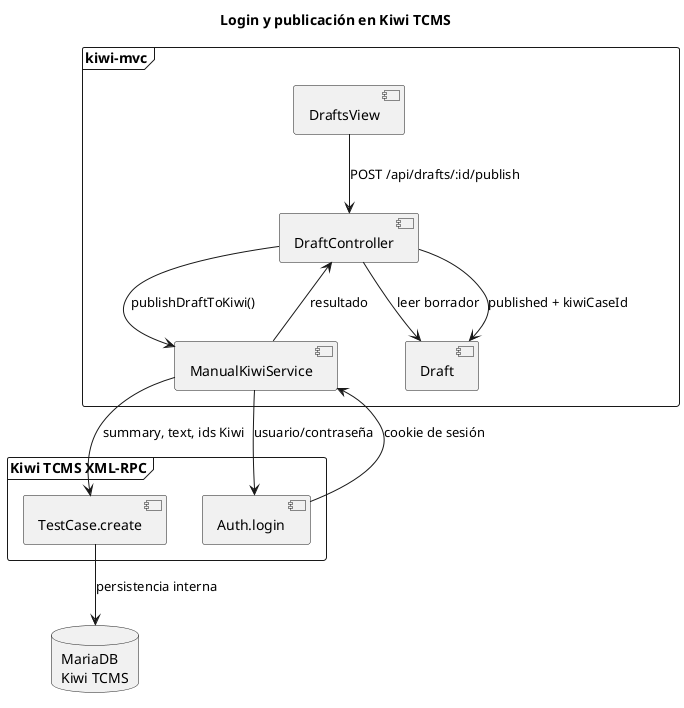
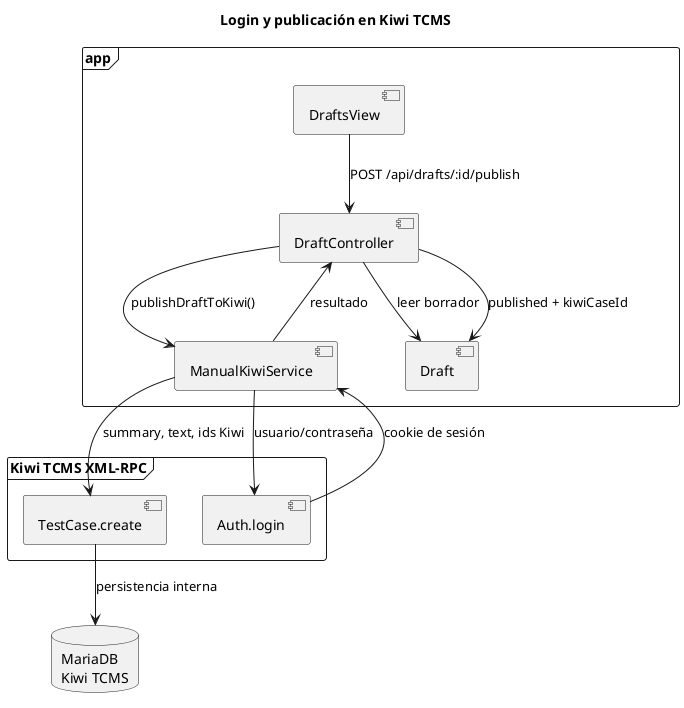
@startuml
skinparam packageStyle rectangle
skinparam shadowing false

title Login y publicación en Kiwi TCMS

- frame "kiwi-mvc" {
+ frame "app" {
  component DraftsView
  component DraftController
  component ManualKiwiService
  component Draft
}

frame "Kiwi TCMS XML-RPC" {
  component "Auth.login" as Login
  component "TestCase.create" as Create
}

database "MariaDB\nKiwi TCMS" as MariaDB

DraftsView --> DraftController : POST /api/drafts/:id/publish
DraftController --> Draft : leer borrador
DraftController --> ManualKiwiService : publishDraftToKiwi()
ManualKiwiService --> Login : usuario/contraseña
Login --> ManualKiwiService : cookie de sesión
ManualKiwiService --> Create : summary, text, ids Kiwi
Create --> MariaDB : persistencia interna
ManualKiwiService --> DraftController : resultado
DraftController --> Draft : published + kiwiCaseId

@enduml
